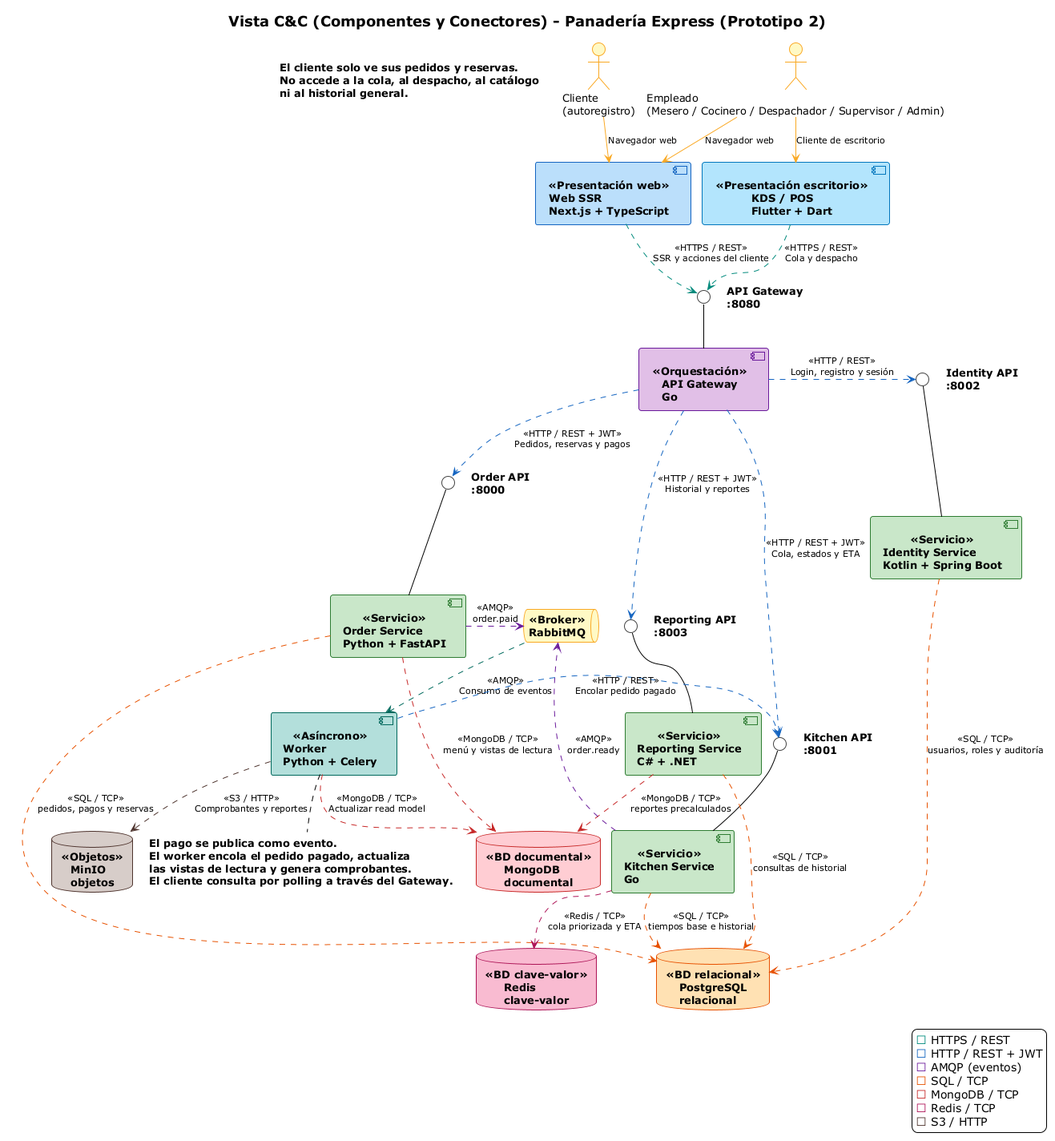
Before: g3-H-PanTech/docs/Vista CyC P2.png, a diagram exported from PlantUML (unal-sw-arch/swarch-2026ii).
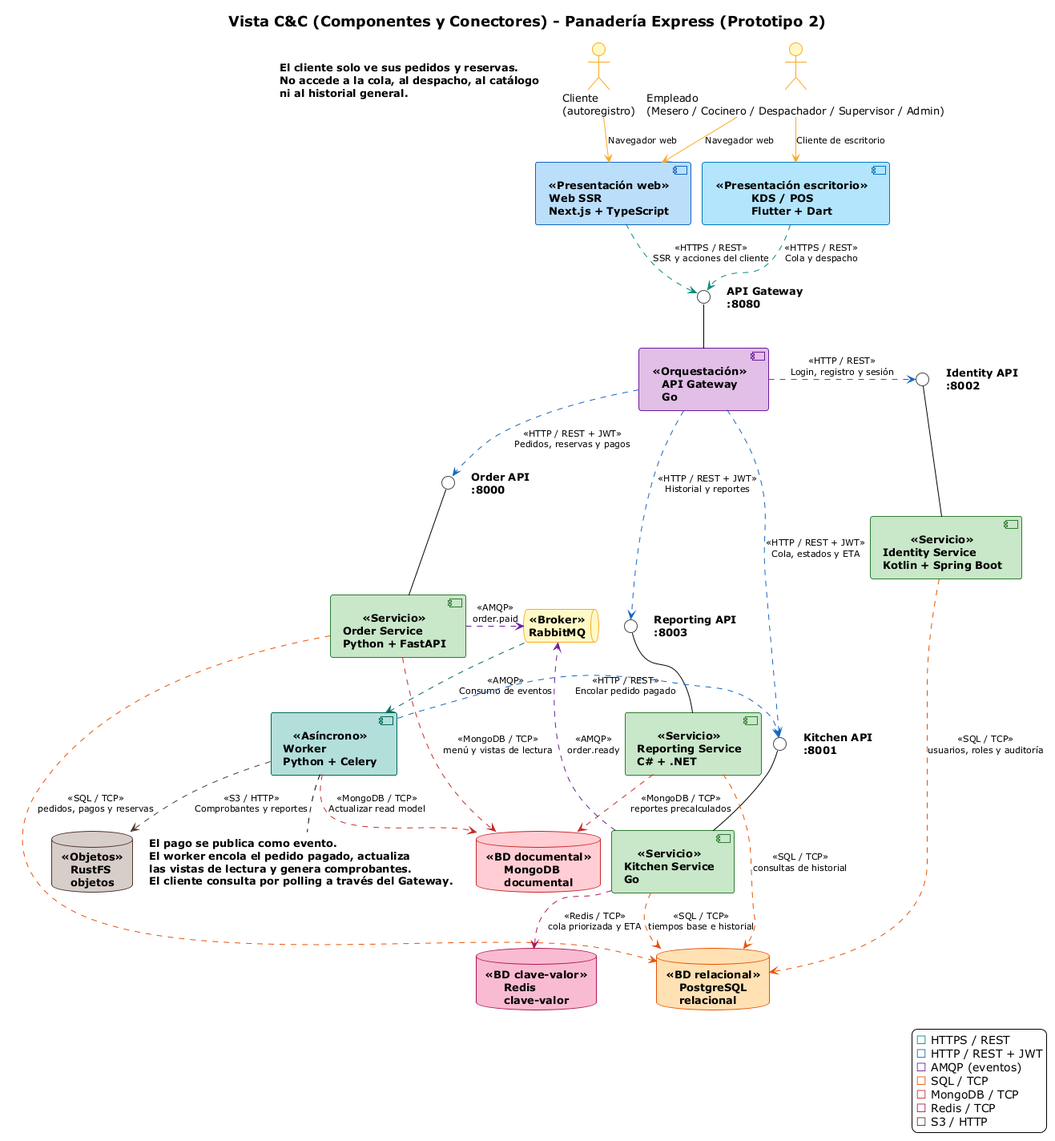
After the change.

Change to the diagram source:
```diff
@@ -78,7 +78,7 @@
 database "PostgreSQL\nrelacional" as PG <<BD relacional>>
 database "MongoDB\ndocumental" as Mongo <<BD documental>>
 database "Redis\nclave-valor" as Redis <<BD clave-valor>>
-database "MinIO\nobjetos" as Minio <<Objetos>>
+database "RustFS\nobjetos" as RustFS <<Objetos>>
 
 IGW -down- GW
 IAuth -down- Identity
@@ -137,7 +137,7 @@
 MQ .[#00695C]down.> Worker : <<AMQP>>\nConsumo de eventos
 Worker .[#1565C0]right.> IKitchen : <<HTTP / REST>>\nEncolar pedido pagado
 Worker .[#C62828]down.> Mongo : <<MongoDB / TCP>>\nActualizar read model
-Worker .[#4E342E]down.> Minio : <<S3 / HTTP>>\nComprobantes y reportes
+Worker .[#4E342E]down.> RustFS : <<S3 / HTTP>>\nComprobantes y reportes
 
 note left of Cliente
   El cliente solo ve sus pedidos y reservas.
```
